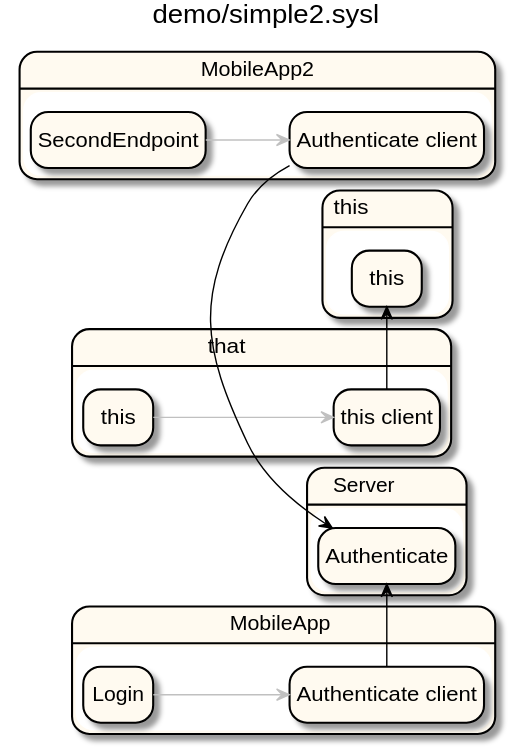
anz-bank/sysl-catalog keeps this PlantUML diagram as docs/integrationEPA.svg. Above is the earlier version.
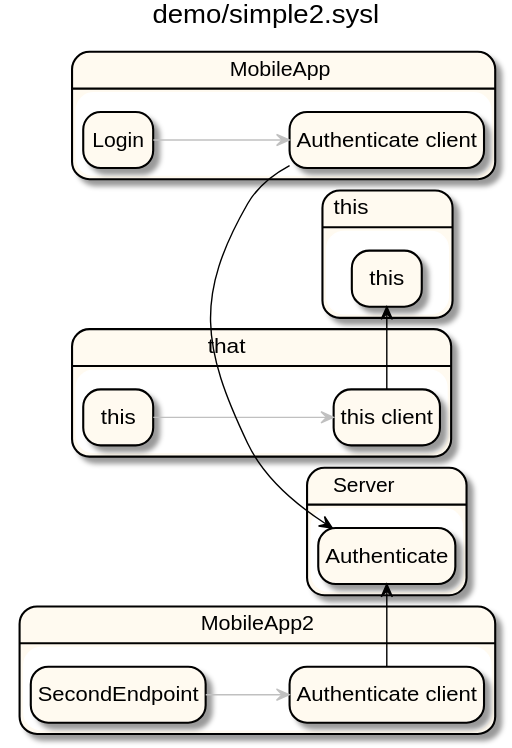
After the commit.

Diff of the diagram source:
```diff
@@ -28,10 +28,10 @@
 state "this" as X_4 <<highlight>> {
   state "this" as _7 <<highlight>>
 }
+_3 -[#silver]-> _2
+_2 -[#black]> _4
+_5 -[#silver]-> _6
+_6 -[#black]> _7
 _1 -[#silver]-> _0
 _0 -[#black]> _4
-_5 -[#silver]-> _6
-_6 -[#black]> _7
-_3 -[#silver]-> _2
-_2 -[#black]> _4
 @enduml
```
